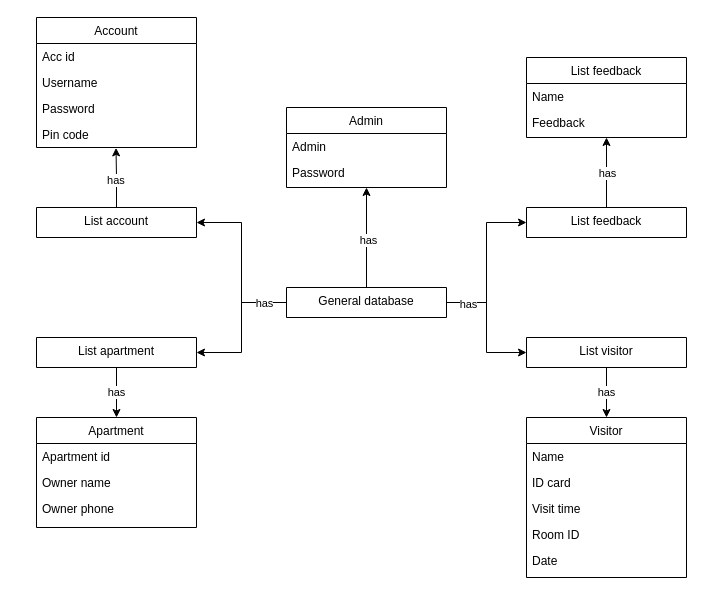
Above: diagram/Class Diagram.drawio in duongminhthanh/app_system_management_visitor_for_old_aparment (draw.io), before the change. Source tidied: cells renumbered, new cells numbered last; positions are measured from the earlier drawing's top-left corner, leaving out a move shared by most shapes. Both pictures are drawn from the tidied source at 100%, with x=0, y=0 at pixel (36, 17).
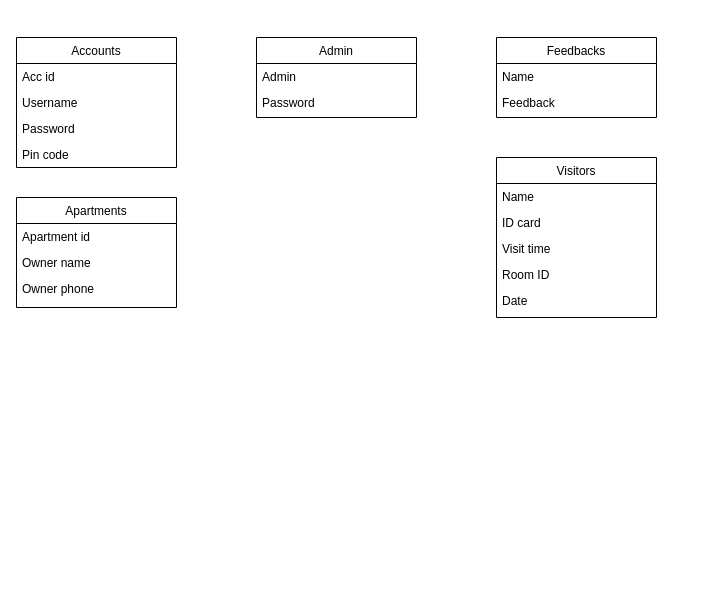
The same page after the edit.

The change refers to these unchanged cells:
```xml
<mxCell id="6" value="Pin code" style="text;align=left;verticalAlign=top;spacingLeft=4;spacingRight=4;overflow=hidden;points=[[0,0.5],[1,0.5]];portConstraint=eastwest;rounded=0;shadow=0;html=0;" parent="2" vertex="1">
  <mxGeometry y="104" width="160" height="26" as="geometry" />
</mxCell>
```

What changed in the source:
```diff
@@
-    <mxCell id="2" value="Account" style="swimlane;fontStyle=0;align=center;verticalAlign=top;horizontal=1;startSize=26;rounded=0;shadow=0;strokeWidth=1;" parent="1" vertex="1">
-      <mxGeometry width="160" height="130" as="geometry" />
+    <mxCell id="2" value="Accounts" style="swimlane;fontStyle=0;align=center;verticalAlign=top;horizontal=1;startSize=26;rounded=0;shadow=0;strokeWidth=1;" parent="1" vertex="1">
+      <mxGeometry x="-20" y="20" width="160" height="130" as="geometry" />
     </mxCell>
@@
     <mxCell id="7" value="Admin" style="swimlane;fontStyle=0;align=center;verticalAlign=top;horizontal=1;startSize=26;rounded=0;shadow=0;strokeWidth=1;" parent="1" vertex="1">
-      <mxGeometry x="250" y="90" width="160" height="80" as="geometry" />
+      <mxGeometry x="220" y="20" width="160" height="80" as="geometry" />
     </mxCell>
@@
-    <mxCell id="10" value="Visitor" style="swimlane;fontStyle=0;align=center;verticalAlign=top;horizontal=1;startSize=26;rounded=0;shadow=0;strokeWidth=1;" parent="1" vertex="1">
-      <mxGeometry x="490" y="400" width="160" height="160" as="geometry" />
+    <mxCell id="10" value="Visitors" style="swimlane;fontStyle=0;align=center;verticalAlign=top;horizontal=1;startSize=26;rounded=0;shadow=0;strokeWidth=1;" parent="1" vertex="1">
+      <mxGeometry x="460" y="140" width="160" height="160" as="geometry" />
     </mxCell>
@@
-    <mxCell id="16" value="Apartment" style="swimlane;fontStyle=0;align=center;verticalAlign=top;horizontal=1;startSize=26;rounded=0;shadow=0;strokeWidth=1;" parent="1" vertex="1">
-      <mxGeometry y="400" width="160" height="110" as="geometry" />
+    <mxCell id="16" value="Apartments" style="swimlane;fontStyle=0;align=center;verticalAlign=top;horizontal=1;startSize=26;rounded=0;shadow=0;strokeWidth=1;" parent="1" vertex="1">
+      <mxGeometry x="-20" y="180" width="160" height="110" as="geometry" />
     </mxCell>
@@
-    <mxCell id="20" value="List feedback" style="swimlane;fontStyle=0;align=center;verticalAlign=top;horizontal=1;startSize=26;rounded=0;shadow=0;strokeWidth=1;" parent="1" vertex="1">
-      <mxGeometry x="490" y="40" width="160" height="80" as="geometry" />
+    <mxCell id="20" value="Feedbacks" style="swimlane;fontStyle=0;align=center;verticalAlign=top;horizontal=1;startSize=26;rounded=0;shadow=0;strokeWidth=1;" parent="1" vertex="1">
+      <mxGeometry x="460" y="20" width="160" height="80" as="geometry" />
     </mxCell>
@@
-    <mxCell id="23" style="edgeStyle=orthogonalEdgeStyle;rounded=0;jettySize=auto;html=1;entryX=0.497;entryY=1.015;entryDx=0;entryDy=0;entryPerimeter=0;" parent="1" edge="1" source="25" target="6">
-      <mxGeometry relative="1" as="geometry" />
-    </mxCell>
-    <mxCell id="24" value="has&amp;nbsp;" style="edgeLabel;html=1;align=center;verticalAlign=middle;" parent="23" vertex="1">
-      <mxGeometry x="-0.08" relative="1" as="geometry" />
-    </mxCell>
-    <mxCell id="25" value="List account" style="swimlane;fontStyle=0;align=center;verticalAlign=top;horizontal=1;startSize=0;rounded=0;shadow=0;strokeWidth=1;" parent="1" vertex="1">
-      <mxGeometry y="190" width="160" height="30" as="geometry" />
-    </mxCell>
-    <mxCell id="26" style="edgeStyle=orthogonalEdgeStyle;rounded=0;jettySize=auto;html=1;entryX=0.5;entryY=1;entryDx=0;entryDy=0;" parent="1" edge="1" source="34" target="7">
-      <mxGeometry relative="1" as="geometry" />
-    </mxCell>
-    <mxCell id="27" value="has" style="edgeLabel;html=1;align=center;verticalAlign=middle;" parent="26" vertex="1">
-      <mxGeometry x="-0.05" y="-1" relative="1" as="geometry" />
-    </mxCell>
-    <mxCell id="28" style="edgeStyle=orthogonalEdgeStyle;rounded=0;jettySize=auto;html=1;entryX=0;entryY=0.5;entryDx=0;entryDy=0;" parent="1" edge="1" source="34" target="37">
-      <mxGeometry relative="1" as="geometry" />
-    </mxCell>
-    <mxCell id="29" style="edgeStyle=orthogonalEdgeStyle;rounded=0;jettySize=auto;html=1;entryX=1;entryY=0.5;entryDx=0;entryDy=0;" parent="1" edge="1" source="34" target="25">
-      <mxGeometry relative="1" as="geometry" />
-    </mxCell>
-    <mxCell id="30" style="edgeStyle=orthogonalEdgeStyle;rounded=0;jettySize=auto;html=1;entryX=1;entryY=0.5;entryDx=0;entryDy=0;" parent="1" edge="1" source="34" target="40">
-      <mxGeometry relative="1" as="geometry" />
-    </mxCell>
-    <mxCell id="31" value="has" style="edgeLabel;html=1;align=center;verticalAlign=middle;" parent="30" vertex="1">
-      <mxGeometry x="-0.67" relative="1" as="geometry" />
-    </mxCell>
-    <mxCell id="32" style="edgeStyle=orthogonalEdgeStyle;rounded=0;jettySize=auto;html=1;entryX=0;entryY=0.5;entryDx=0;entryDy=0;" parent="1" edge="1" source="34" target="42">
-      <mxGeometry relative="1" as="geometry" />
-    </mxCell>
-    <mxCell id="33" value="has" style="edgeLabel;html=1;align=center;verticalAlign=middle;" parent="32" vertex="1">
-      <mxGeometry x="-0.68" y="-1" relative="1" as="geometry" />
-    </mxCell>
-    <mxCell id="34" value="General database" style="swimlane;fontStyle=0;align=center;verticalAlign=top;horizontal=1;startSize=0;rounded=0;shadow=0;strokeWidth=1;" parent="1" vertex="1">
-      <mxGeometry x="250" y="270" width="160" height="30" as="geometry" />
-    </mxCell>
-    <mxCell id="35" style="edgeStyle=orthogonalEdgeStyle;rounded=0;jettySize=auto;html=1;entryX=0.5;entryY=1;entryDx=0;entryDy=0;" parent="1" edge="1" source="37" target="20">
-      <mxGeometry relative="1" as="geometry" />
-    </mxCell>
-    <mxCell id="36" value="has" style="edgeLabel;html=1;align=center;verticalAlign=middle;" parent="35" vertex="1">
-      <mxGeometry x="-0.01" relative="1" as="geometry" />
-    </mxCell>
-    <mxCell id="37" value="List feedback" style="swimlane;fontStyle=0;align=center;verticalAlign=top;horizontal=1;startSize=0;rounded=0;shadow=0;strokeWidth=1;" parent="1" vertex="1">
-      <mxGeometry x="490" y="190" width="160" height="30" as="geometry" />
-    </mxCell>
-    <mxCell id="38" style="edgeStyle=orthogonalEdgeStyle;rounded=0;jettySize=auto;html=1;entryX=0.5;entryY=0;entryDx=0;entryDy=0;" parent="1" edge="1" source="40" target="16">
-      <mxGeometry relative="1" as="geometry" />
-    </mxCell>
-    <mxCell id="39" value="has" style="edgeLabel;html=1;align=center;verticalAlign=middle;" parent="38" vertex="1">
-      <mxGeometry x="-0.06" y="-1" relative="1" as="geometry" />
-    </mxCell>
-    <mxCell id="40" value="List apartment" style="swimlane;fontStyle=0;align=center;verticalAlign=top;horizontal=1;startSize=0;rounded=0;shadow=0;strokeWidth=1;" parent="1" vertex="1">
-      <mxGeometry y="320" width="160" height="30" as="geometry" />
-    </mxCell>
-    <mxCell id="41" value="has" style="edgeStyle=orthogonalEdgeStyle;rounded=0;jettySize=auto;html=1;entryX=0.5;entryY=0;entryDx=0;entryDy=0;" parent="1" edge="1" source="42" target="10">
-      <mxGeometry relative="1" as="geometry" />
-    </mxCell>
-    <mxCell id="42" value="List visitor" style="swimlane;fontStyle=0;align=center;verticalAlign=top;horizontal=1;startSize=0;rounded=0;shadow=0;strokeWidth=1;" parent="1" vertex="1">
-      <mxGeometry x="490" y="320" width="160" height="30" as="geometry" />
-    </mxCell>
```
